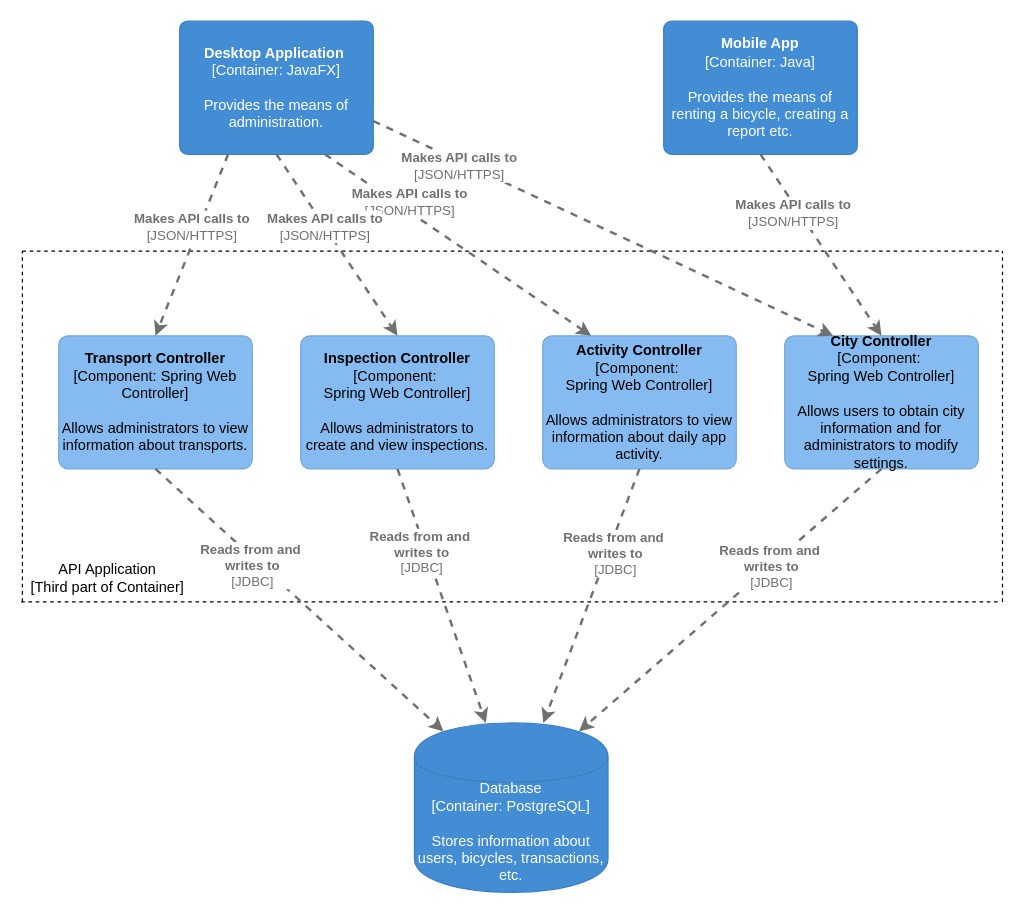
Above: Documentation/Architecture/Diagrams/Component Diagram 3.drawio in Tiberiu-Cocei/Licenta (draw.io), before the change. Source tidied: cells renumbered, new cells numbered last; positions are measured from the earlier drawing's top-left corner, leaving out a move shared by most shapes. Both pictures are drawn from the tidied source at 121%, with x=0, y=0 at pixel (21, 21).
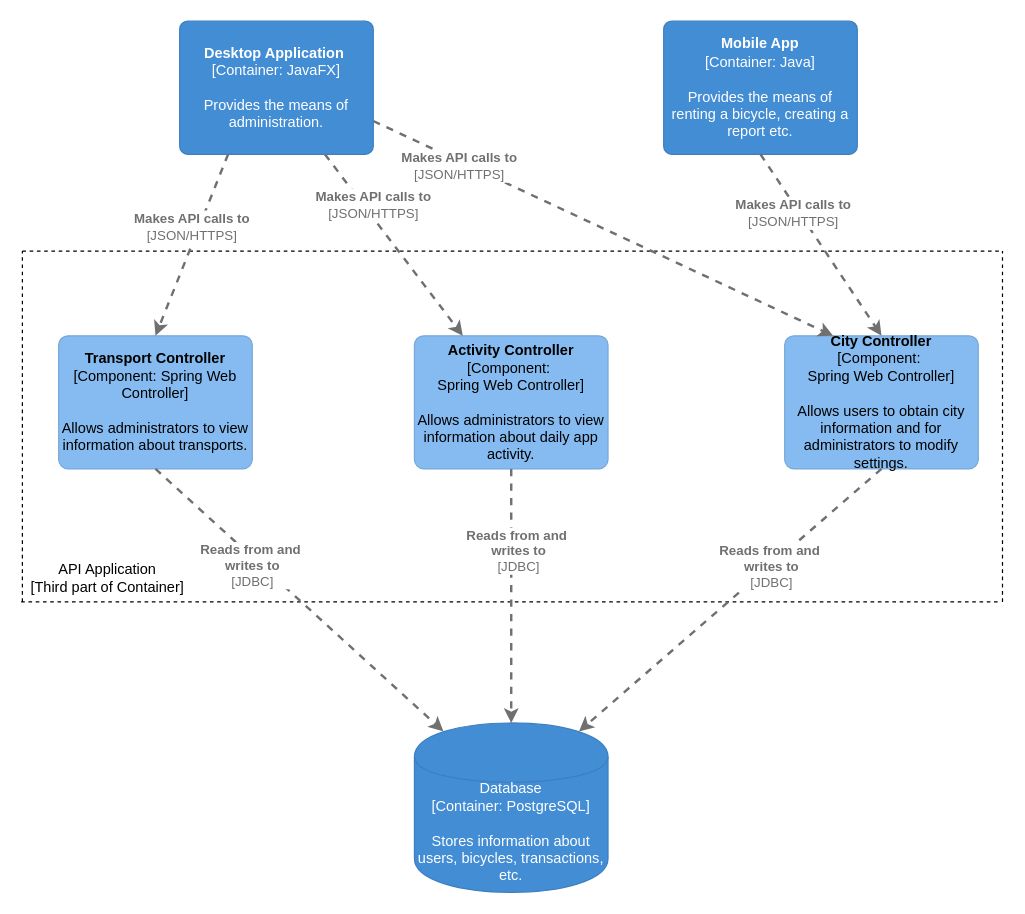
After the change.

Unchanged cells that the change refers to:
```xml
<mxCell id="2" value="&lt;span&gt;&lt;b&gt;Desktop Application&amp;nbsp;&lt;br&gt;&lt;/b&gt;[Container:&amp;nbsp;&lt;/span&gt;&lt;span&gt;JavaFX&lt;/span&gt;&lt;span&gt;]&lt;/span&gt;&lt;br&gt;&lt;div&gt;&lt;br&gt;&lt;/div&gt;&lt;div&gt;Provides the means of administration.&lt;/div&gt;" style="rounded=1;whiteSpace=wrap;html=1;labelBackgroundColor=none;fillColor=#438dd5;fontColor=#ffffff;align=center;arcSize=6;strokeColor=#3c7fc0;" parent="1" vertex="1">
  <mxGeometry x="131" width="160" height="110" as="geometry" />
</mxCell>
<mxCell id="8" value="&lt;span&gt;Database&lt;/span&gt;&lt;div&gt;[Container: PostgreSQL]&lt;/div&gt;&lt;div&gt;&lt;br&gt;&lt;/div&gt;&lt;div&gt;Stores information about users, bicycles, transactions, etc.&lt;/div&gt;" style="shape=cylinder;whiteSpace=wrap;html=1;boundedLbl=1;rounded=0;labelBackgroundColor=none;fillColor=#438dd5;fontSize=12;fontColor=#ffffff;align=center;strokeColor=#3c7fc0;" parent="1" vertex="1">
  <mxGeometry x="325" y="580" width="160" height="140" as="geometry" />
</mxCell>
```

The edit, as a diff of the source:
```diff
@@
-    <mxCell id="5" value="&lt;b&gt;Inspection Controller&lt;/b&gt;&lt;br&gt;&lt;div&gt;[Component:&amp;nbsp;&lt;/div&gt;Spring Web Controller&lt;span&gt;]&lt;/span&gt;&lt;br&gt;&lt;div&gt;&lt;br&gt;&lt;/div&gt;&lt;div&gt;Allows administrators to create and view inspections.&lt;/div&gt;" style="rounded=1;whiteSpace=wrap;html=1;labelBackgroundColor=none;fillColor=#85bbf0;fontColor=#000000;align=center;arcSize=7;strokeColor=#78a8d8;" parent="1" vertex="1">
-      <mxGeometry x="231" y="260" width="160" height="110" as="geometry" />
-    </mxCell>
     <mxCell id="6" value="&lt;b&gt;Activity Controller&lt;/b&gt;&lt;br&gt;&lt;div&gt;[Component:&amp;nbsp;&lt;/div&gt;Spring Web Controller&lt;span&gt;]&lt;/span&gt;&lt;br&gt;&lt;div&gt;&lt;br&gt;&lt;/div&gt;&lt;div&gt;Allows administrators to view information about daily app activity.&lt;/div&gt;" style="rounded=1;whiteSpace=wrap;html=1;labelBackgroundColor=none;fillColor=#85bbf0;fontColor=#000000;align=center;arcSize=7;strokeColor=#78a8d8;" parent="1" vertex="1">
-      <mxGeometry x="431" y="260" width="160" height="110" as="geometry" />
+      <mxGeometry x="325" y="260" width="160" height="110" as="geometry" />
     </mxCell>
@@
-    <mxCell id="18" value="&lt;div style=&quot;text-align: left&quot;&gt;&lt;div style=&quot;text-align: center&quot;&gt;&lt;b&gt;Reads from&amp;nbsp;&lt;/b&gt;&lt;b&gt;and&amp;nbsp;&lt;/b&gt;&lt;/div&gt;&lt;div style=&quot;text-align: center&quot;&gt;&lt;b&gt;writes to&lt;/b&gt;&lt;/div&gt;&lt;div style=&quot;text-align: center&quot;&gt;[JDBC]&lt;/div&gt;&lt;/div&gt;" style="rounded=0;html=1;entryX=0.369;entryY=0;jettySize=auto;strokeColor=#707070;strokeWidth=2;fontColor=#707070;jumpStyle=none;dashed=1;entryDx=0;entryDy=0;exitX=0.5;exitY=1;exitDx=0;exitDy=0;entryPerimeter=0;" parent="1" edge="1" source="5" target="8">
-      <mxGeometry x="-0.35" y="-4" relative="1" as="geometry" />
-    </mxCell>
@@
-    <mxCell id="22" value="&lt;div style=&quot;text-align: left&quot;&gt;&lt;div style=&quot;text-align: center&quot;&gt;&lt;b&gt;Makes API calls to&lt;/b&gt;&lt;/div&gt;&lt;div style=&quot;text-align: center&quot;&gt;[JSON/HTTPS]&lt;/div&gt;&lt;/div&gt;" style="rounded=0;html=1;entryX=0.5;entryY=0;jettySize=auto;strokeColor=#707070;strokeWidth=2;fontColor=#707070;jumpStyle=none;dashed=1;exitX=0.5;exitY=1;exitDx=0;exitDy=0;entryDx=0;entryDy=0;" parent="1" edge="1" source="2" target="5">
-      <mxGeometry x="-0.2" relative="1" as="geometry" />
-    </mxCell>
```
